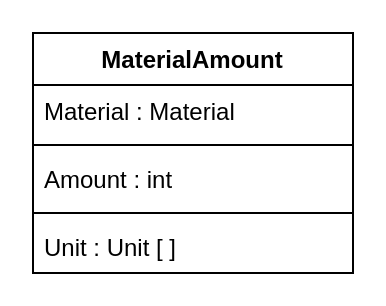
The draw.io diagram Assets/UML_Diagrams/MaterialAmount.drawio in ProgramacionII-Equipo3/Proyecto, before the edit. Source tidied: cells renumbered, new cells numbered last; positions are measured from the earlier drawing's top-left corner, leaving out a move shared by most shapes. Both pictures are drawn from the tidied source at 200%, with x=0, y=0 at pixel (32, 32).
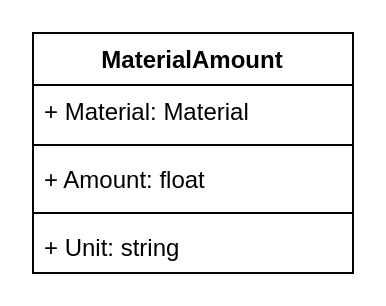
After the change.

The edit, as a diff of the source:
```diff
@@
 <mxGraphModel>
   <root>
     <mxCell id="0" />
     <mxCell id="1" parent="0" />
     <mxCell id="2" value="MaterialAmount" style="swimlane;fontStyle=1;align=center;verticalAlign=top;horizontal=1;startSize=26;" parent="1" vertex="1">
       <mxGeometry width="160" height="120" as="geometry" />
     </mxCell>
-    <mxCell id="3" value="Material : Material" style="text;strokeColor=none;fillColor=none;align=left;verticalAlign=top;spacingLeft=4;spacingRight=4;overflow=hidden;" parent="2" vertex="1">
+    <mxCell id="3" value="+ Material: Material" style="text;strokeColor=none;fillColor=none;align=left;verticalAlign=top;spacingLeft=4;spacingRight=4;overflow=hidden;" parent="2" vertex="1">
       <mxGeometry y="26" width="160" height="26" as="geometry" />
     </mxCell>
     <mxCell id="4" style="line;strokeWidth=1;fillColor=none;align=left;verticalAlign=middle;spacingTop=-1;spacingLeft=3;spacingRight=3;labelPosition=right;" parent="2" vertex="1">
       <mxGeometry y="52" width="160" height="8" as="geometry" />
     </mxCell>
-    <mxCell id="5" value="Amount : int" style="text;strokeColor=none;fillColor=none;align=left;verticalAlign=top;spacingLeft=4;spacingRight=4;overflow=hidden;" parent="2" vertex="1">
+    <mxCell id="5" value="+ Amount: float" style="text;strokeColor=none;fillColor=none;align=left;verticalAlign=top;spacingLeft=4;spacingRight=4;overflow=hidden;" parent="2" vertex="1">
       <mxGeometry y="60" width="160" height="26" as="geometry" />
     </mxCell>
     <mxCell id="6" style="line;strokeWidth=1;fillColor=none;align=left;verticalAlign=middle;spacingTop=-1;spacingLeft=3;spacingRight=3;labelPosition=right;" parent="2" vertex="1">
       <mxGeometry y="86" width="160" height="8" as="geometry" />
     </mxCell>
-    <mxCell id="7" value="Unit : Unit [ ]" style="text;strokeColor=none;fillColor=none;align=left;verticalAlign=top;spacingLeft=4;spacingRight=4;overflow=hidden;" parent="2" vertex="1">
+    <mxCell id="7" value="+ Unit: string" style="text;strokeColor=none;fillColor=none;align=left;verticalAlign=top;spacingLeft=4;spacingRight=4;overflow=hidden;" parent="2" vertex="1">
       <mxGeometry y="94" width="160" height="26" as="geometry" />
     </mxCell>
   </root>
 </mxGraphModel>
```
